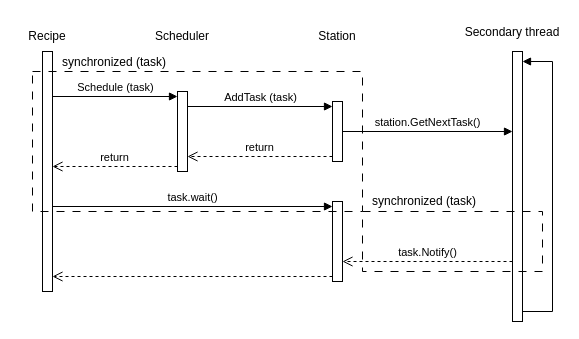
Earlier version of the draw.io diagram page "Locking diagram" (2 of 2) of assets/class-diagram.drawio (Richie314/McDonaldScheduler). Source tidied: cells renumbered, new cells numbered last; positions are measured from the earlier drawing's top-left corner, leaving out a move shared by most shapes. Both pictures are drawn from the tidied source at 100%, with x=0, y=0 at pixel (17, 17).
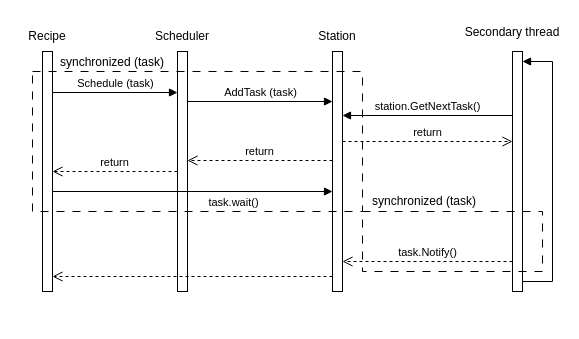
The same diagram, later.

The change refers to these unchanged cells:
```xml
<mxCell id="2" style="html=1;points=[[0,0,0,0,5],[0,1,0,0,-5],[1,0,0,0,5],[1,1,0,0,-5]];perimeter=orthogonalPerimeter;outlineConnect=0;targetShapes=umlLifeline;portConstraint=eastwest;newEdgeStyle={&quot;curved&quot;:0,&quot;rounded&quot;:0};" parent="1" vertex="1">
  <mxGeometry x="25" y="34" width="10" height="240" as="geometry" />
</mxCell>
```

The edit, as a diff of the source:
```diff
@@
     <mxCell id="3" style="html=1;points=[[0,0,0,0,5],[0,1,0,0,-5],[1,0,0,0,5],[1,1,0,0,-5]];perimeter=orthogonalPerimeter;outlineConnect=0;targetShapes=umlLifeline;portConstraint=eastwest;newEdgeStyle={&quot;curved&quot;:0,&quot;rounded&quot;:0};" parent="1" vertex="1">
-      <mxGeometry x="160" y="74" width="10" height="80" as="geometry" />
+      <mxGeometry x="160" y="34" width="10" height="240" as="geometry" />
     </mxCell>
-    <mxCell id="4" value="Schedule (task)" style="html=1;verticalAlign=bottom;endArrow=block;curved=0;rounded=0;entryX=0;entryY=0;entryDx=0;entryDy=5;" parent="1" edge="1" source="2" target="3">
-      <mxGeometry relative="1" as="geometry" />
+    <mxCell id="4" value="Schedule (task)" style="html=1;verticalAlign=bottom;endArrow=block;curved=0;rounded=0;entryX=0;entryY=0;entryDx=0;entryDy=5;" parent="1" edge="1">
+      <mxGeometry relative="1" as="geometry">
+        <mxPoint x="35" y="75" as="sourcePoint" />
+        <mxPoint x="160" y="75" as="targetPoint" />
+      </mxGeometry>
     </mxCell>
-    <mxCell id="5" value="return" style="html=1;verticalAlign=bottom;endArrow=open;dashed=1;endSize=8;curved=0;rounded=0;exitX=0;exitY=1;exitDx=0;exitDy=-5;" parent="1" edge="1" source="3" target="2">
-      <mxGeometry relative="1" as="geometry" />
+    <mxCell id="5" value="return" style="html=1;verticalAlign=bottom;endArrow=open;dashed=1;endSize=8;curved=0;rounded=0;" parent="1" edge="1">
+      <mxGeometry relative="1" as="geometry">
+        <mxPoint x="160" y="154" as="sourcePoint" />
+        <mxPoint x="35" y="154" as="targetPoint" />
+      </mxGeometry>
     </mxCell>
     <mxCell id="6" style="html=1;points=[[0,0,0,0,5],[0,1,0,0,-5],[1,0,0,0,5],[1,1,0,0,-5]];perimeter=orthogonalPerimeter;outlineConnect=0;targetShapes=umlLifeline;portConstraint=eastwest;newEdgeStyle={&quot;curved&quot;:0,&quot;rounded&quot;:0};" parent="1" vertex="1">
-      <mxGeometry x="315" y="84" width="10" height="60" as="geometry" />
+      <mxGeometry x="315" y="34" width="10" height="240" as="geometry" />
     </mxCell>
-    <mxCell id="7" value="AddTask (task)" style="html=1;verticalAlign=bottom;endArrow=block;curved=0;rounded=0;entryX=0;entryY=0;entryDx=0;entryDy=5;" parent="1" edge="1" source="3" target="6">
-      <mxGeometry relative="1" as="geometry" />
+    <mxCell id="7" value="AddTask (task)" style="html=1;verticalAlign=bottom;endArrow=block;curved=0;rounded=0;" parent="1" edge="1">
+      <mxGeometry relative="1" as="geometry">
+        <mxPoint x="170" y="84" as="sourcePoint" />
+        <mxPoint x="315" y="84" as="targetPoint" />
+      </mxGeometry>
     </mxCell>
-    <mxCell id="8" value="return" style="html=1;verticalAlign=bottom;endArrow=open;dashed=1;endSize=8;curved=0;rounded=0;exitX=0;exitY=1;exitDx=0;exitDy=-5;" parent="1" edge="1" source="6" target="3">
-      <mxGeometry relative="1" as="geometry" />
+    <mxCell id="8" value="return" style="html=1;verticalAlign=bottom;endArrow=open;dashed=1;endSize=8;curved=0;rounded=0;" parent="1" edge="1">
+      <mxGeometry relative="1" as="geometry">
+        <mxPoint x="315" y="143" as="sourcePoint" />
+        <mxPoint x="170" y="143" as="targetPoint" />
+      </mxGeometry>
     </mxCell>
@@
-    <mxCell id="12" style="html=1;points=[[0,0,0,0,5],[0,1,0,0,-5],[1,0,0,0,5],[1,1,0,0,-5]];perimeter=orthogonalPerimeter;outlineConnect=0;targetShapes=umlLifeline;portConstraint=eastwest;newEdgeStyle={&quot;curved&quot;:0,&quot;rounded&quot;:0};" parent="1" vertex="1">
-      <mxGeometry x="315" y="184" width="10" height="80" as="geometry" />
-    </mxCell>
-    <mxCell id="13" value="task.wait()" style="html=1;verticalAlign=bottom;endArrow=block;curved=0;rounded=0;entryX=0;entryY=0;entryDx=0;entryDy=5;" parent="1" edge="1" source="2" target="12">
-      <mxGeometry relative="1" as="geometry" />
+    <mxCell id="13" value="task.wait()" style="html=1;verticalAlign=bottom;endArrow=block;curved=0;rounded=0;entryX=0;entryY=0;entryDx=0;entryDy=5;" parent="1" edge="1">
+      <mxGeometry x="0.29" y="-20" relative="1" as="geometry">
+        <mxPoint x="35" y="174" as="sourcePoint" />
+        <mxPoint x="315" y="174" as="targetPoint" />
+      </mxGeometry>
     </mxCell>
-    <mxCell id="14" style="html=1;verticalAlign=bottom;endArrow=open;dashed=1;endSize=8;curved=0;rounded=0;exitX=0;exitY=1;exitDx=0;exitDy=-5;" parent="1" edge="1" source="12" target="2">
-      <mxGeometry relative="1" as="geometry" />
+    <mxCell id="14" style="html=1;verticalAlign=bottom;endArrow=open;dashed=1;endSize=8;curved=0;rounded=0;exitX=0;exitY=1;exitDx=0;exitDy=-5;" parent="1" edge="1" target="2">
+      <mxGeometry relative="1" as="geometry">
+        <mxPoint x="315" y="259" as="sourcePoint" />
+      </mxGeometry>
     </mxCell>
-    <mxCell id="15" value="station.GetNextTask()" style="html=1;verticalAlign=bottom;endArrow=block;curved=0;rounded=0;" parent="1" edge="1" source="6" target="20">
-      <mxGeometry relative="1" as="geometry" />
+    <mxCell id="15" value="station.GetNextTask()" style="html=1;verticalAlign=bottom;endArrow=block;curved=0;rounded=0;" parent="1" edge="1">
+      <mxGeometry relative="1" as="geometry">
+        <mxPoint x="495" y="98" as="sourcePoint" />
+        <mxPoint x="325" y="98" as="targetPoint" />
+      </mxGeometry>
     </mxCell>
@@
     <mxCell id="19" style="html=1;align=left;spacingLeft=2;endArrow=block;rounded=0;edgeStyle=orthogonalEdgeStyle;curved=0;rounded=0;" parent="1" edge="1" source="20" target="20">
       <mxGeometry relative="1" as="geometry">
         <Array as="points">
-          <mxPoint x="535" y="294" />
+          <mxPoint x="535" y="264" />
           <mxPoint x="535" y="44" />
         </Array>
       </mxGeometry>
     </mxCell>
     <mxCell id="20" style="html=1;points=[[0,0,0,0,5],[0,1,0,0,-5],[1,0,0,0,5],[1,1,0,0,-5]];perimeter=orthogonalPerimeter;outlineConnect=0;targetShapes=umlLifeline;portConstraint=eastwest;newEdgeStyle={&quot;curved&quot;:0,&quot;rounded&quot;:0};" parent="1" vertex="1">
-      <mxGeometry x="495" y="34" width="10" height="270" as="geometry" />
+      <mxGeometry x="495" y="34" width="10" height="240" as="geometry" />
     </mxCell>
     <mxCell id="21" value="synchronized (task)" style="text;html=1;align=center;verticalAlign=middle;whiteSpace=wrap;rounded=0;" parent="1" vertex="1">
-      <mxGeometry x="42" y="30" width="110" height="30" as="geometry" />
+      <mxGeometry x="40" y="30" width="110" height="30" as="geometry" />
     </mxCell>
@@
+    <mxCell id="24" value="return" style="html=1;verticalAlign=bottom;endArrow=open;dashed=1;endSize=8;curved=0;rounded=0;" parent="1" edge="1">
+      <mxGeometry relative="1" as="geometry">
+        <mxPoint x="325" y="124" as="sourcePoint" />
+        <mxPoint x="495" y="124" as="targetPoint" />
+      </mxGeometry>
+    </mxCell>
```
